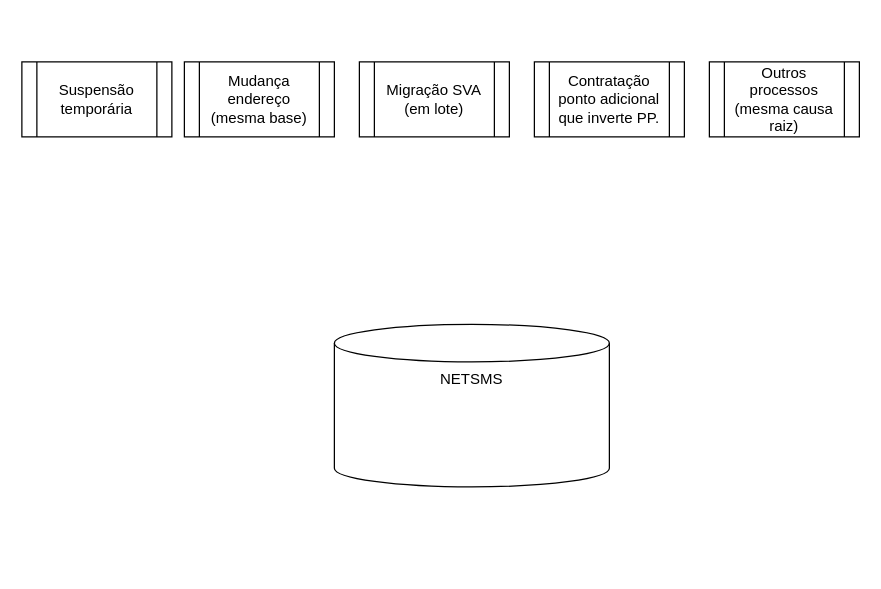
Earlier version of the draw.io diagram US 196992 Problemas originados devido ao Override de Preço SOLAR .drawio (samirali/ClaroBrasil). Source tidied: cells renumbered, new cells numbered last; positions are measured from the earlier drawing's top-left corner, leaving out a move shared by most shapes. Both pictures are drawn from the tidied source at 125%, with x=0, y=0 at pixel (21, 61).
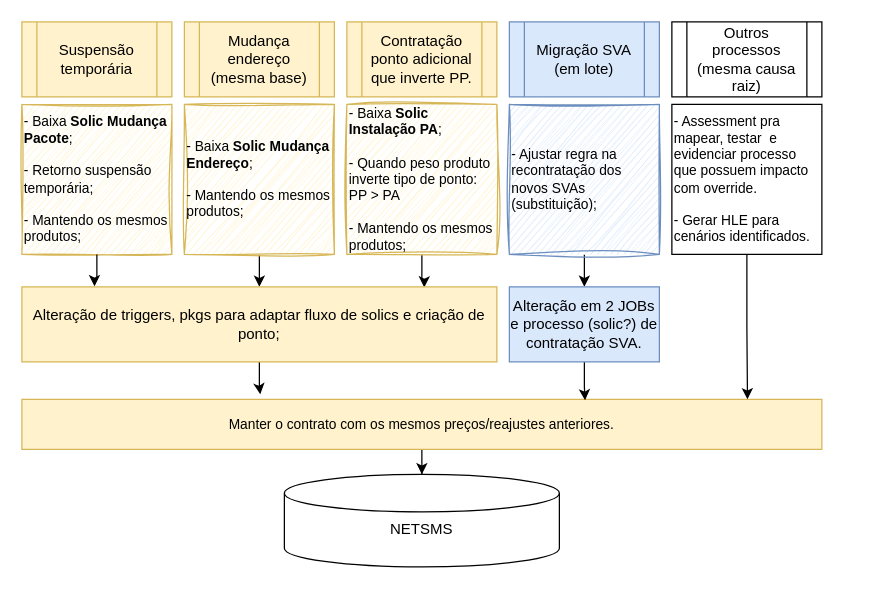
The same diagram, later.

Change to the diagram source:
```diff
@@
     <mxCell id="2" value="NETSMS" style="shape=cylinder3;whiteSpace=wrap;html=1;boundedLbl=1;backgroundOutline=1;size=15;verticalAlign=top;" parent="1" vertex="1">
-      <mxGeometry x="250" y="210" width="220" height="130" as="geometry" />
+      <mxGeometry x="210" y="330" width="220" height="74" as="geometry" />
     </mxCell>
-    <mxCell id="3" value="Suspensão temporária" style="shape=process;whiteSpace=wrap;html=1;backgroundOutline=1;" parent="1" vertex="1">
-      <mxGeometry width="120" height="60" as="geometry" />
+    <mxCell id="3" value="Suspensão temporária" style="shape=process;whiteSpace=wrap;html=1;backgroundOutline=1;fillColor=#fff2cc;strokeColor=#d6b656;" parent="1" vertex="1">
+      <mxGeometry y="-32" width="120" height="60" as="geometry" />
     </mxCell>
-    <mxCell id="4" value="Mudança endereço (mesma base)" style="shape=process;whiteSpace=wrap;html=1;backgroundOutline=1;" parent="1" vertex="1">
-      <mxGeometry x="130" width="120" height="60" as="geometry" />
+    <mxCell id="4" value="Mudança endereço (mesma base)" style="shape=process;whiteSpace=wrap;html=1;backgroundOutline=1;fillColor=#fff2cc;strokeColor=#d6b656;" parent="1" vertex="1">
+      <mxGeometry x="130" y="-32" width="120" height="60" as="geometry" />
     </mxCell>
-    <mxCell id="5" value="Migração SVA (em lote)" style="shape=process;whiteSpace=wrap;html=1;backgroundOutline=1;" parent="1" vertex="1">
-      <mxGeometry x="270" width="120" height="60" as="geometry" />
+    <mxCell id="5" value="Migração SVA (em lote)" style="shape=process;whiteSpace=wrap;html=1;backgroundOutline=1;fillColor=#dae8fc;strokeColor=#6c8ebf;" parent="1" vertex="1">
+      <mxGeometry x="390" y="-32" width="120" height="60" as="geometry" />
     </mxCell>
-    <mxCell id="6" value="Contratação ponto adicional que inverte PP." style="shape=process;whiteSpace=wrap;html=1;backgroundOutline=1;" parent="1" vertex="1">
-      <mxGeometry x="410" width="120" height="60" as="geometry" />
+    <mxCell id="6" value="Contratação ponto adicional que inverte PP." style="shape=process;whiteSpace=wrap;html=1;backgroundOutline=1;fillColor=#fff2cc;strokeColor=#d6b656;" parent="1" vertex="1">
+      <mxGeometry x="260" y="-32" width="120" height="60" as="geometry" />
     </mxCell>
     <mxCell id="7" value="Outros processos (mesma causa raiz)" style="shape=process;whiteSpace=wrap;html=1;backgroundOutline=1;" parent="1" vertex="1">
-      <mxGeometry x="550" width="120" height="60" as="geometry" />
+      <mxGeometry x="520" y="-32" width="120" height="60" as="geometry" />
     </mxCell>
+    <mxCell id="8" value="&lt;span style=&quot;background-color: initial;&quot;&gt;- Baixa &lt;b&gt;Solic Mudança Pacote&lt;/b&gt;;&lt;/span&gt;&lt;div&gt;&lt;br&gt;&lt;span style=&quot;background-color: initial;&quot;&gt;- Retorno suspensão temporária;&lt;/span&gt;&lt;br&gt;&lt;span style=&quot;background-color: initial;&quot;&gt;&lt;br&gt;&lt;/span&gt;&lt;/div&gt;&lt;div&gt;&lt;span style=&quot;background-color: initial;&quot;&gt;- Mantendo os mesmos produtos;&lt;/span&gt;&lt;/div&gt;" style="whiteSpace=wrap;html=1;align=left;fontSize=11;fillColor=#fff2cc;strokeColor=#d6b656;sketch=1;curveFitting=1;jiggle=2;" parent="1" vertex="1">
+      <mxGeometry y="34" width="120" height="120" as="geometry" />
+    </mxCell>
+    <mxCell id="9" style="edgeStyle=orthogonalEdgeStyle;rounded=0;jettySize=auto;html=1;" parent="1" edge="1" source="10" target="19">
+      <mxGeometry relative="1" as="geometry" />
+    </mxCell>
+    <mxCell id="10" value="&lt;span style=&quot;background-color: initial;&quot;&gt;- Baixa &lt;b&gt;Solic Mudança Endereço&lt;/b&gt;;&lt;/span&gt;&lt;br&gt;&lt;br&gt;&lt;span style=&quot;background-color: initial;&quot;&gt;- Mantendo os mesmos produtos;&lt;/span&gt;" style="whiteSpace=wrap;html=1;align=left;fontSize=11;fillColor=#fff2cc;strokeColor=#d6b656;sketch=1;curveFitting=1;jiggle=2;" parent="1" vertex="1">
+      <mxGeometry x="130" y="34" width="120" height="120" as="geometry" />
+    </mxCell>
+    <mxCell id="11" style="edgeStyle=orthogonalEdgeStyle;rounded=0;jettySize=auto;html=1;" parent="1" edge="1" source="12" target="21">
+      <mxGeometry relative="1" as="geometry" />
+    </mxCell>
+    <mxCell id="12" value="&lt;div&gt;&lt;span style=&quot;background-color: initial;&quot;&gt;- Ajustar regra na recontratação dos novos SVAs (substituição);&lt;/span&gt;&lt;/div&gt;" style="whiteSpace=wrap;html=1;align=left;fontSize=11;fillColor=#dae8fc;strokeColor=#6c8ebf;sketch=1;curveFitting=1;jiggle=2;" parent="1" vertex="1">
+      <mxGeometry x="390" y="34" width="120" height="120" as="geometry" />
+    </mxCell>
+    <mxCell id="13" style="edgeStyle=orthogonalEdgeStyle;rounded=0;jettySize=auto;html=1;entryX=0.847;entryY=0.007;entryDx=0;entryDy=0;entryPerimeter=0;" parent="1" edge="1" source="14" target="19">
+      <mxGeometry relative="1" as="geometry" />
+    </mxCell>
+    <mxCell id="14" value="&lt;span style=&quot;background-color: initial;&quot;&gt;- Baixa &lt;b&gt;Solic Instalação PA&lt;/b&gt;;&lt;/span&gt;&lt;br&gt;&lt;br&gt;- Quando peso produto inverte tipo de ponto: PP &amp;gt; PA&lt;br&gt;&lt;br&gt;&lt;span style=&quot;background-color: initial;&quot;&gt;- Mantendo os mesmos produtos;&lt;/span&gt;" style="whiteSpace=wrap;html=1;align=left;fontSize=11;fillColor=#fff2cc;strokeColor=#d6b656;sketch=1;curveFitting=1;jiggle=2;" parent="1" vertex="1">
+      <mxGeometry x="260" y="34" width="120" height="120" as="geometry" />
+    </mxCell>
+    <mxCell id="15" value="- Assessment pra mapear, testar&amp;nbsp; e evidenciar processo que possuem impacto com override.&lt;div&gt;&lt;br&gt;&lt;/div&gt;&lt;div&gt;- Gerar HLE para cenários identificados.&lt;/div&gt;" style="whiteSpace=wrap;html=1;align=left;fontSize=11;" parent="1" vertex="1">
+      <mxGeometry x="520" y="34" width="120" height="120" as="geometry" />
+    </mxCell>
+    <mxCell id="16" style="edgeStyle=orthogonalEdgeStyle;rounded=0;jettySize=auto;html=1;" parent="1" edge="1" source="17" target="2">
+      <mxGeometry relative="1" as="geometry" />
+    </mxCell>
+    <mxCell id="17" value="&lt;span style=&quot;font-size: 11px; text-align: left;&quot;&gt;Manter o contrato com os mesmos preços/reajustes anteriores.&lt;/span&gt;" style="rounded=0;whiteSpace=wrap;html=1;fillColor=#fff2cc;strokeColor=#d6b656;" parent="1" vertex="1">
+      <mxGeometry y="270" width="640" height="40" as="geometry" />
+    </mxCell>
+    <mxCell id="18" style="edgeStyle=orthogonalEdgeStyle;rounded=0;jettySize=auto;html=1;entryX=0.298;entryY=-0.1;entryDx=0;entryDy=0;entryPerimeter=0;" parent="1" edge="1" source="19" target="17">
+      <mxGeometry relative="1" as="geometry" />
+    </mxCell>
+    <mxCell id="19" value="Alteração de triggers, pkgs para adaptar fluxo de solics e criação de ponto;" style="rounded=0;whiteSpace=wrap;html=1;fillColor=#fff2cc;strokeColor=#d6b656;" parent="1" vertex="1">
+      <mxGeometry y="180" width="380" height="60" as="geometry" />
+    </mxCell>
+    <mxCell id="20" style="edgeStyle=orthogonalEdgeStyle;rounded=0;jettySize=auto;html=1;entryX=0.704;entryY=0.02;entryDx=0;entryDy=0;entryPerimeter=0;" parent="1" edge="1" source="21" target="17">
+      <mxGeometry relative="1" as="geometry" />
+    </mxCell>
+    <mxCell id="21" value="Alteração em 2 JOBs e processo (solic?) de contratação SVA." style="rounded=0;whiteSpace=wrap;html=1;fillColor=#dae8fc;strokeColor=#6c8ebf;" parent="1" vertex="1">
+      <mxGeometry x="390" y="180" width="120" height="60" as="geometry" />
+    </mxCell>
+    <mxCell id="22" style="edgeStyle=orthogonalEdgeStyle;rounded=0;jettySize=auto;html=1;entryX=0.153;entryY=-0.007;entryDx=0;entryDy=0;entryPerimeter=0;" parent="1" edge="1" source="8" target="19">
+      <mxGeometry relative="1" as="geometry" />
+    </mxCell>
+    <mxCell id="23" style="edgeStyle=orthogonalEdgeStyle;rounded=0;jettySize=auto;html=1;entryX=0.907;entryY=0;entryDx=0;entryDy=0;entryPerimeter=0;" parent="1" edge="1" source="15" target="17">
+      <mxGeometry relative="1" as="geometry" />
+    </mxCell>
```
